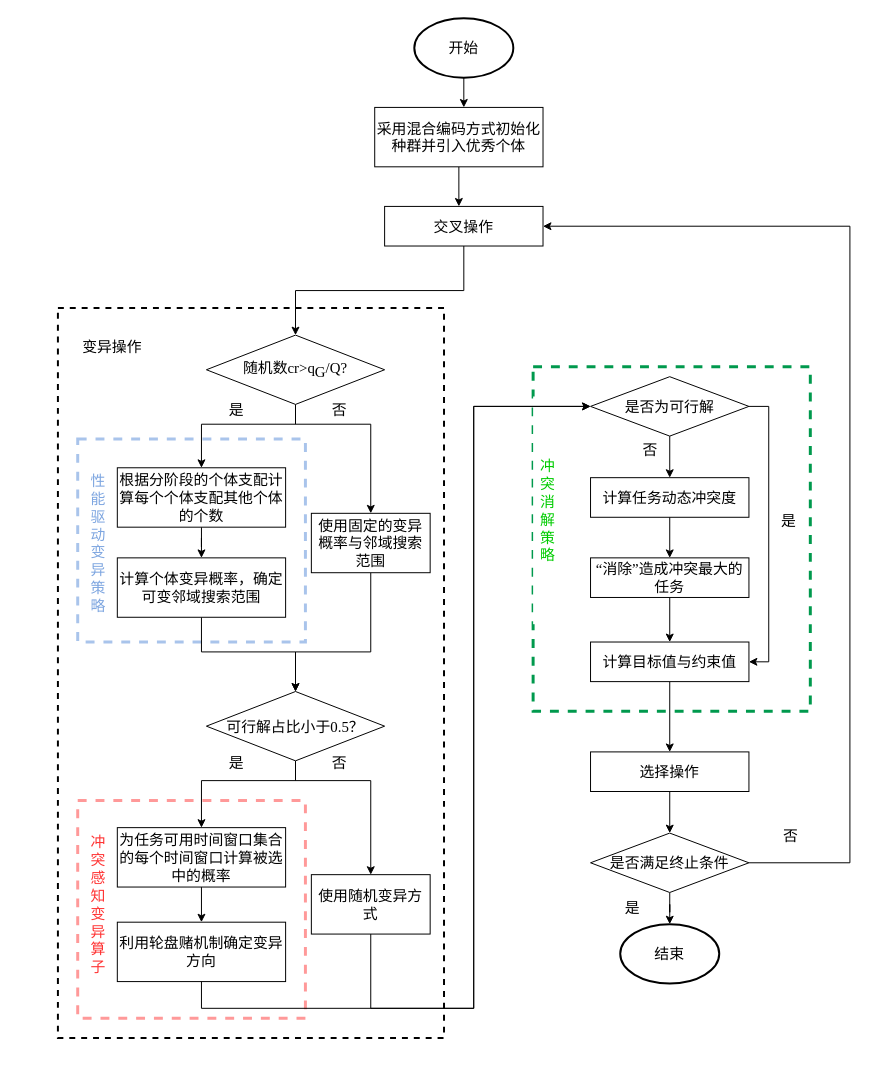
The draw.io diagram 多目标流程图-2.drawio in Kidulttt/drwaio, before the edit. Source tidied: cells renumbered, new cells numbered last; positions are measured from the earlier drawing's top-left corner, leaving out a move shared by most shapes. Both pictures are drawn from the tidied source at 99%, with x=0, y=0 at pixel (57, 18).
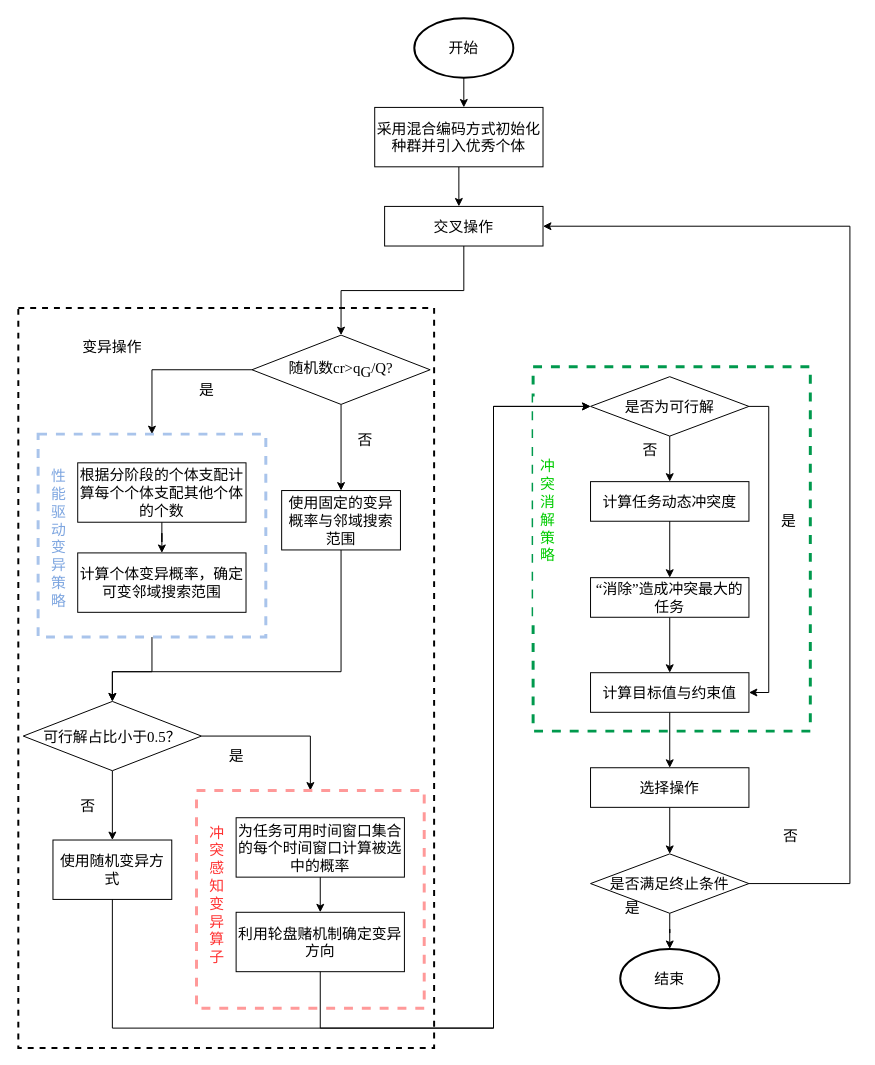
The same page after the edit.

Commit message:
更新多目标流程图-2.drawio

The change refers to these unchanged cells:
```xml
<mxCell id="12" value="交叉操作" style="rounded=0;whiteSpace=wrap;html=1;fontSize=15;fontFamily=Times New Roman;" parent="1" vertex="1">
  <mxGeometry x="330" y="190" width="160" height="40" as="geometry" />
</mxCell>
<mxCell id="46" value="是否为可行解" style="rhombus;whiteSpace=wrap;html=1;fontSize=15;fontFamily=Times New Roman;" parent="1" vertex="1">
  <mxGeometry x="538" y="362" width="160" height="60" as="geometry" />
</mxCell>
```

What changed in the source:
```diff
@@
     <mxCell id="2" style="rounded=0;whiteSpace=wrap;html=1;dashed=1;strokeWidth=3;strokeColor=#00994D;fontSize=15;fontFamily=Times New Roman;" parent="1" vertex="1">
-      <mxGeometry x="480" y="352" width="280" height="348" as="geometry" />
+      <mxGeometry x="480" y="352" width="280" height="368" as="geometry" />
     </mxCell>
     <mxCell id="3" style="rounded=0;whiteSpace=wrap;html=1;dashed=1;strokeWidth=2;fontSize=15;fontFamily=Times New Roman;" parent="1" vertex="1">
-      <mxGeometry y="292.5" width="390" height="737.5" as="geometry" />
+      <mxGeometry x="-40" y="292.5" width="420" height="747.5" as="geometry" />
     </mxCell>
@@
-    <mxCell id="5" style="rounded=0;whiteSpace=wrap;html=1;dashed=1;strokeWidth=3;strokeColor=#FF9999;fontSize=15;fontFamily=Times New Roman;" parent="1" vertex="1">
-      <mxGeometry x="20" y="790" width="230" height="220" as="geometry" />
-    </mxCell>
-    <mxCell id="6" style="rounded=0;whiteSpace=wrap;html=1;dashed=1;strokeColor=#A9C4EB;strokeWidth=3;fontSize=15;fontFamily=Times New Roman;" parent="1" vertex="1">
-      <mxGeometry x="20" y="425" width="230" height="205" as="geometry" />
-    </mxCell>
@@
     <mxCell id="14" value="选择操作" style="rounded=0;whiteSpace=wrap;html=1;fontSize=15;fontFamily=Times New Roman;" parent="1" vertex="1">
-      <mxGeometry x="538" y="741" width="160" height="40" as="geometry" />
+      <mxGeometry x="538" y="757" width="160" height="40" as="geometry" />
     </mxCell>
@@
     <mxCell id="16" style="edgeStyle=orthogonalEdgeStyle;rounded=0;jettySize=auto;html=1;exitX=1;exitY=0.5;exitDx=0;exitDy=0;entryX=1;entryY=0.5;entryDx=0;entryDy=0;fontSize=15;fontFamily=Times New Roman;" parent="1" edge="1" source="17" target="12">
       <mxGeometry relative="1" as="geometry">
         <Array as="points">
-          <mxPoint x="800" y="853" />
+          <mxPoint x="800" y="874" />
           <mxPoint x="800" y="210" />
         </Array>
       </mxGeometry>
     </mxCell>
     <mxCell id="17" value="是否满足终止条件" style="rhombus;whiteSpace=wrap;html=1;fontSize=15;fontFamily=Times New Roman;" parent="1" vertex="1">
-      <mxGeometry x="538" y="823" width="160" height="60" as="geometry" />
+      <mxGeometry x="538" y="844" width="160" height="60" as="geometry" />
     </mxCell>
     <mxCell id="18" value="结束" style="strokeWidth=2;html=1;shape=mxgraph.flowchart.start_1;whiteSpace=wrap;fontSize=15;fontFamily=Times New Roman;" parent="1" vertex="1">
-      <mxGeometry x="568" y="915" width="100" height="60" as="geometry" />
+      <mxGeometry x="568" y="940" width="100" height="60" as="geometry" />
     </mxCell>
@@
-    <mxCell id="20" value="性能驱动变异策略" style="rounded=0;whiteSpace=wrap;html=1;fontSize=15;strokeColor=none;fontColor=#7EA6E0;fontFamily=Times New Roman;" parent="1" vertex="1">
-      <mxGeometry x="26" y="465" width="30" height="130" as="geometry" />
-    </mxCell>
-    <mxCell id="21" style="edgeStyle=orthogonalEdgeStyle;rounded=0;jettySize=auto;html=1;fontSize=15;fontFamily=Times New Roman;" parent="1" edge="1" source="22" target="24">
-      <mxGeometry relative="1" as="geometry" />
-    </mxCell>
-    <mxCell id="22" value="根据分阶段的个体支配计算每个个体支配其他个体的个数" style="rounded=0;whiteSpace=wrap;html=1;fontSize=15;fontFamily=Times New Roman;" parent="1" vertex="1">
-      <mxGeometry x="60" y="454" width="170" height="60" as="geometry" />
-    </mxCell>
-    <mxCell id="23" style="edgeStyle=orthogonalEdgeStyle;rounded=0;jettySize=auto;html=1;exitX=0.5;exitY=1;exitDx=0;exitDy=0;entryX=0.5;entryY=0;entryDx=0;entryDy=0;fontSize=15;fontFamily=Times New Roman;" parent="1" edge="1" source="24" target="34">
-      <mxGeometry relative="1" as="geometry">
-        <Array as="points">
-          <mxPoint x="145" y="640" />
-          <mxPoint x="240" y="640" />
-        </Array>
-      </mxGeometry>
-    </mxCell>
-    <mxCell id="24" value="计算个体变异概率，确定可变邻域搜索范围" style="whiteSpace=wrap;html=1;rounded=0;fontSize=15;fontFamily=Times New Roman;" parent="1" vertex="1">
-      <mxGeometry x="60" y="545" width="170" height="60" as="geometry" />
-    </mxCell>
-    <mxCell id="25" style="edgeStyle=orthogonalEdgeStyle;rounded=0;jettySize=auto;html=1;exitX=0.5;exitY=1;exitDx=0;exitDy=0;entryX=0.5;entryY=0;entryDx=0;entryDy=0;" parent="1" edge="1" source="26" target="27">
-      <mxGeometry relative="1" as="geometry" />
-    </mxCell>
-    <mxCell id="26" value="为任务可用时间窗口集合的每个时间窗口计算被选中的概率" style="rounded=0;whiteSpace=wrap;html=1;fontSize=15;fontFamily=Times New Roman;" parent="1" vertex="1">
-      <mxGeometry x="60" y="817.5" width="170" height="60" as="geometry" />
-    </mxCell>
-    <mxCell id="27" value="利用轮盘赌机制确定变异方向" style="rounded=0;whiteSpace=wrap;html=1;fontSize=15;fontFamily=Times New Roman;" parent="1" vertex="1">
-      <mxGeometry x="60" y="913" width="170" height="60" as="geometry" />
-    </mxCell>
-    <mxCell id="28" value="冲突感知变异算子" style="rounded=0;whiteSpace=wrap;html=1;fontSize=15;strokeColor=none;fontColor=#FF3333;fontFamily=Times New Roman;" parent="1" vertex="1">
-      <mxGeometry x="26" y="830" width="30" height="130" as="geometry" />
-    </mxCell>
-    <mxCell id="29" style="edgeStyle=orthogonalEdgeStyle;rounded=0;jettySize=auto;html=1;exitX=0.5;exitY=1;exitDx=0;exitDy=0;fontSize=15;fontFamily=Times New Roman;" parent="1" edge="1" source="31" target="36">
-      <mxGeometry relative="1" as="geometry">
-        <Array as="points">
-          <mxPoint x="240" y="410" />
-          <mxPoint x="316" y="410" />
-        </Array>
-      </mxGeometry>
+    <mxCell id="29" style="edgeStyle=orthogonalEdgeStyle;rounded=0;jettySize=auto;html=1;" parent="1" edge="1" source="31" target="36">
+      <mxGeometry relative="1" as="geometry" />
     </mxCell>
-    <mxCell id="30" style="edgeStyle=orthogonalEdgeStyle;rounded=0;jettySize=auto;html=1;exitX=0.5;exitY=1;exitDx=0;exitDy=0;entryX=0.5;entryY=0;entryDx=0;entryDy=0;fontFamily=Times New Roman;" parent="1" edge="1" source="31" target="22">
-      <mxGeometry relative="1" as="geometry">
-        <Array as="points">
-          <mxPoint x="240" y="410" />
-          <mxPoint x="145" y="410" />
-        </Array>
-      </mxGeometry>
-    </mxCell>
+    <mxCell id="57" style="edgeStyle=orthogonalEdgeStyle;rounded=0;jettySize=auto;html=1;exitX=0;exitY=0.5;exitDx=0;exitDy=0;" parent="1" edge="1" source="31" target="6">
+      <mxGeometry relative="1" as="geometry" />
+    </mxCell>
     <mxCell id="31" value="随机数cr&amp;gt;q&lt;sub style=&quot;font-size: 15px;&quot;&gt;&lt;font style=&quot;font-size: 15px;&quot;&gt;G&lt;/font&gt;&lt;/sub&gt;/Q?&lt;span style=&quot;font-size: 15px;&quot; lang=&quot;EN-US&quot;&gt;&lt;/span&gt;" style="rhombus;whiteSpace=wrap;html=1;fontSize=15;fontFamily=Times New Roman;" parent="1" vertex="1">
-      <mxGeometry x="150" y="320" width="180" height="70" as="geometry" />
+      <mxGeometry x="196" y="320" width="180" height="70" as="geometry" />
     </mxCell>
-    <mxCell id="32" style="edgeStyle=orthogonalEdgeStyle;rounded=0;jettySize=auto;html=1;exitX=0.5;exitY=1;exitDx=0;exitDy=0;entryX=0.5;entryY=0;entryDx=0;entryDy=0;fontSize=15;fontFamily=Times New Roman;" parent="1" edge="1" source="34" target="37">
-      <mxGeometry relative="1" as="geometry">
-        <Array as="points">
-          <mxPoint x="240" y="770" />
-          <mxPoint x="316" y="770" />
-        </Array>
-      </mxGeometry>
+    <mxCell id="32" style="edgeStyle=orthogonalEdgeStyle;rounded=0;jettySize=auto;html=1;" parent="1" edge="1" source="34" target="37">
+      <mxGeometry relative="1" as="geometry" />
     </mxCell>
-    <mxCell id="33" style="edgeStyle=orthogonalEdgeStyle;rounded=0;jettySize=auto;html=1;exitX=0.5;exitY=1;exitDx=0;exitDy=0;fontFamily=Times New Roman;" parent="1" edge="1" source="34" target="26">
-      <mxGeometry relative="1" as="geometry">
-        <Array as="points">
-          <mxPoint x="240" y="770" />
-          <mxPoint x="145" y="770" />
-        </Array>
-      </mxGeometry>
-    </mxCell>
+    <mxCell id="58" style="edgeStyle=orthogonalEdgeStyle;rounded=0;jettySize=auto;html=1;exitX=1;exitY=0.5;exitDx=0;exitDy=0;" parent="1" edge="1" source="34" target="5">
+      <mxGeometry relative="1" as="geometry" />
+    </mxCell>
     <mxCell id="34" value="可行解占比小于0.5？" style="rhombus;whiteSpace=wrap;html=1;fontSize=15;fontFamily=Times New Roman;" parent="1" vertex="1">
-      <mxGeometry x="150" y="680" width="180" height="70" as="geometry" />
+      <mxGeometry x="-35" y="690" width="180" height="70" as="geometry" />
     </mxCell>
-    <mxCell id="35" style="edgeStyle=orthogonalEdgeStyle;rounded=0;jettySize=auto;html=1;exitX=0.5;exitY=1;exitDx=0;exitDy=0;entryX=0.5;entryY=0;entryDx=0;entryDy=0;fontSize=15;fontFamily=Times New Roman;" parent="1" edge="1" source="36" target="34">
+    <mxCell id="35" style="edgeStyle=orthogonalEdgeStyle;rounded=0;jettySize=auto;html=1;exitX=0.5;exitY=1;exitDx=0;exitDy=0;" parent="1" edge="1" source="36" target="34">
       <mxGeometry relative="1" as="geometry">
         <Array as="points">
-          <mxPoint x="316" y="640" />
-          <mxPoint x="240" y="640" />
+          <mxPoint x="286" y="660" />
+          <mxPoint x="55" y="660" />
         </Array>
       </mxGeometry>
     </mxCell>
     <mxCell id="36" value="使用固定的变异概率与邻域搜索范围" style="rounded=0;whiteSpace=wrap;html=1;fontSize=15;fontFamily=Times New Roman;" parent="1" vertex="1">
-      <mxGeometry x="256" y="500" width="120" height="60" as="geometry" />
+      <mxGeometry x="226" y="477" width="120" height="60" as="geometry" />
     </mxCell>
     <mxCell id="37" value="使用随机变异方式" style="rounded=0;whiteSpace=wrap;html=1;fontSize=15;fontFamily=Times New Roman;" parent="1" vertex="1">
-      <mxGeometry x="256" y="865" width="120" height="60" as="geometry" />
+      <mxGeometry x="-5" y="830" width="120" height="60" as="geometry" />
     </mxCell>
@@
     <mxCell id="39" value="是" style="text;html=1;align=center;verticalAlign=middle;strokeColor=none;fillColor=none;fontSize=15;fontFamily=Times New Roman;" parent="1" vertex="1">
-      <mxGeometry x="160" y="380" width="40" height="30" as="geometry" />
+      <mxGeometry x="130" y="360" width="40" height="30" as="geometry" />
     </mxCell>
     <mxCell id="40" value="是" style="text;html=1;align=center;verticalAlign=middle;strokeColor=none;fillColor=none;fontSize=15;fontFamily=Times New Roman;" parent="1" vertex="1">
-      <mxGeometry x="160" y="737" width="40" height="30" as="geometry" />
+      <mxGeometry x="160" y="730" width="40" height="30" as="geometry" />
     </mxCell>
     <mxCell id="41" value="否" style="text;html=1;align=center;verticalAlign=middle;strokeColor=none;fillColor=none;fontSize=15;fontFamily=Times New Roman;" parent="1" vertex="1">
-      <mxGeometry x="264" y="380" width="40" height="30" as="geometry" />
+      <mxGeometry x="290" y="410" width="40" height="30" as="geometry" />
     </mxCell>
     <mxCell id="42" value="否" style="text;html=1;align=center;verticalAlign=middle;strokeColor=none;fillColor=none;fontSize=15;fontFamily=Times New Roman;" parent="1" vertex="1">
-      <mxGeometry x="264" y="737" width="40" height="30" as="geometry" />
+      <mxGeometry x="10" y="780" width="40" height="30" as="geometry" />
     </mxCell>
@@
     <mxCell id="44" value="计算目标值与约束值" style="rounded=0;whiteSpace=wrap;html=1;fontSize=15;fontFamily=Times New Roman;" parent="1" vertex="1">
-      <mxGeometry x="538" y="630" width="160" height="40" as="geometry" />
+      <mxGeometry x="538" y="661" width="160" height="40" as="geometry" />
     </mxCell>
@@
     <mxCell id="47" value="计算任务动态冲突度" style="rounded=0;whiteSpace=wrap;html=1;fontSize=15;fontFamily=Times New Roman;" parent="1" vertex="1">
-      <mxGeometry x="538" y="464" width="160" height="40" as="geometry" />
+      <mxGeometry x="538" y="468" width="160" height="40" as="geometry" />
     </mxCell>
@@
     <mxCell id="50" value="“消除”造成冲突最大的任务" style="rounded=0;whiteSpace=wrap;html=1;fontSize=15;fontFamily=Times New Roman;" parent="1" vertex="1">
-      <mxGeometry x="538" y="545" width="160" height="40" as="geometry" />
+      <mxGeometry x="538" y="565" width="160" height="40" as="geometry" />
     </mxCell>
@@
+    <mxCell id="59" style="group;" parent="1" vertex="1">
+      <mxGeometry x="140" y="780" width="230" height="220" as="geometry" />
+    </mxCell>
+    <mxCell id="5" style="rounded=0;whiteSpace=wrap;html=1;dashed=1;strokeWidth=3;strokeColor=#FF9999;fontSize=15;fontFamily=Times New Roman;" parent="59" vertex="1">
+      <mxGeometry width="230" height="220" as="geometry" />
+    </mxCell>
+    <mxCell id="26" value="为任务可用时间窗口集合的每个时间窗口计算被选中的概率" style="rounded=0;whiteSpace=wrap;html=1;fontSize=15;fontFamily=Times New Roman;" parent="59" vertex="1">
+      <mxGeometry x="40" y="27.5" width="170" height="60" as="geometry" />
+    </mxCell>
+    <mxCell id="27" value="利用轮盘赌机制确定变异方向" style="rounded=0;whiteSpace=wrap;html=1;fontSize=15;fontFamily=Times New Roman;" parent="59" vertex="1">
+      <mxGeometry x="40" y="123" width="170" height="60" as="geometry" />
+    </mxCell>
+    <mxCell id="25" style="edgeStyle=orthogonalEdgeStyle;rounded=0;jettySize=auto;html=1;exitX=0.5;exitY=1;exitDx=0;exitDy=0;entryX=0.5;entryY=0;entryDx=0;entryDy=0;" parent="59" edge="1" source="26" target="27">
+      <mxGeometry relative="1" as="geometry" />
+    </mxCell>
+    <mxCell id="28" value="冲突感知变异算子" style="rounded=0;whiteSpace=wrap;html=1;fontSize=15;strokeColor=none;fontColor=#FF3333;fontFamily=Times New Roman;" parent="59" vertex="1">
+      <mxGeometry x="6" y="40" width="30" height="130" as="geometry" />
+    </mxCell>
@@
+    <mxCell id="60" style="group;" parent="1" vertex="1">
+      <mxGeometry x="-20" y="420" width="230" height="205" as="geometry" />
+    </mxCell>
+    <mxCell id="6" style="rounded=0;whiteSpace=wrap;html=1;dashed=1;strokeColor=#A9C4EB;strokeWidth=3;fontSize=15;fontFamily=Times New Roman;" parent="60" vertex="1">
+      <mxGeometry width="230" height="205" as="geometry" />
+    </mxCell>
+    <mxCell id="20" value="性能驱动变异策略" style="rounded=0;whiteSpace=wrap;html=1;fontSize=15;strokeColor=none;fontColor=#7EA6E0;fontFamily=Times New Roman;" parent="60" vertex="1">
+      <mxGeometry x="6" y="40" width="30" height="130" as="geometry" />
+    </mxCell>
+    <mxCell id="22" value="根据分阶段的个体支配计算每个个体支配其他个体的个数" style="rounded=0;whiteSpace=wrap;html=1;fontSize=15;fontFamily=Times New Roman;" parent="60" vertex="1">
+      <mxGeometry x="40" y="29" width="170" height="60" as="geometry" />
+    </mxCell>
+    <mxCell id="24" value="计算个体变异概率，确定可变邻域搜索范围" style="whiteSpace=wrap;html=1;rounded=0;fontSize=15;fontFamily=Times New Roman;" parent="60" vertex="1">
+      <mxGeometry x="40" y="120" width="170" height="60" as="geometry" />
+    </mxCell>
+    <mxCell id="21" style="edgeStyle=orthogonalEdgeStyle;rounded=0;jettySize=auto;html=1;fontSize=15;fontFamily=Times New Roman;" parent="60" edge="1" source="22" target="24">
+      <mxGeometry relative="1" as="geometry" />
+    </mxCell>
+    <mxCell id="61" style="edgeStyle=orthogonalEdgeStyle;rounded=0;jettySize=auto;html=1;exitX=0.5;exitY=1;exitDx=0;exitDy=0;" parent="1" edge="1" source="6" target="34">
+      <mxGeometry relative="1" as="geometry">
+        <Array as="points">
+          <mxPoint x="95" y="660" />
+          <mxPoint x="55" y="660" />
+        </Array>
+      </mxGeometry>
+    </mxCell>
+    <mxCell id="56" style="edgeStyle=orthogonalEdgeStyle;rounded=0;jettySize=auto;html=1;exitX=0.5;exitY=1;exitDx=0;exitDy=0;entryX=0;entryY=0.5;entryDx=0;entryDy=0;" parent="1" edge="1" source="27" target="46">
+      <mxGeometry relative="1" as="geometry">
+        <Array as="points">
+          <mxPoint x="265" y="1020" />
+          <mxPoint x="440" y="1020" />
+          <mxPoint x="440" y="392" />
+        </Array>
+      </mxGeometry>
+    </mxCell>
-    <mxCell id="55" style="edgeStyle=orthogonalEdgeStyle;rounded=0;jettySize=auto;html=1;exitX=0.5;exitY=1;exitDx=0;exitDy=0;entryX=0;entryY=0.5;entryDx=0;entryDy=0;fontSize=15;fontFamily=Times New Roman;" parent="1" edge="1" source="37" target="46">
+    <mxCell id="55" style="edgeStyle=orthogonalEdgeStyle;rounded=0;jettySize=auto;html=1;exitX=0.5;exitY=1;exitDx=0;exitDy=0;entryX=0;entryY=0.5;entryDx=0;entryDy=0;" parent="1" edge="1" source="37" target="46">
       <mxGeometry relative="1" as="geometry">
         <Array as="points">
-          <mxPoint x="316" y="1000" />
-          <mxPoint x="420" y="1000" />
-          <mxPoint x="420" y="392" />
+          <mxPoint x="55" y="1020" />
+          <mxPoint x="440" y="1020" />
+          <mxPoint x="440" y="392" />
         </Array>
       </mxGeometry>
     </mxCell>
-    <mxCell id="56" style="edgeStyle=orthogonalEdgeStyle;rounded=0;jettySize=auto;html=1;exitX=0.5;exitY=1;exitDx=0;exitDy=0;entryX=0;entryY=0.5;entryDx=0;entryDy=0;fontSize=15;fontFamily=Times New Roman;" parent="1" edge="1" source="27" target="46">
-      <mxGeometry relative="1" as="geometry">
-        <Array as="points">
-          <mxPoint x="145" y="1000" />
-          <mxPoint x="420" y="1000" />
-          <mxPoint x="420" y="392" />
-        </Array>
-      </mxGeometry>
-    </mxCell>
```
